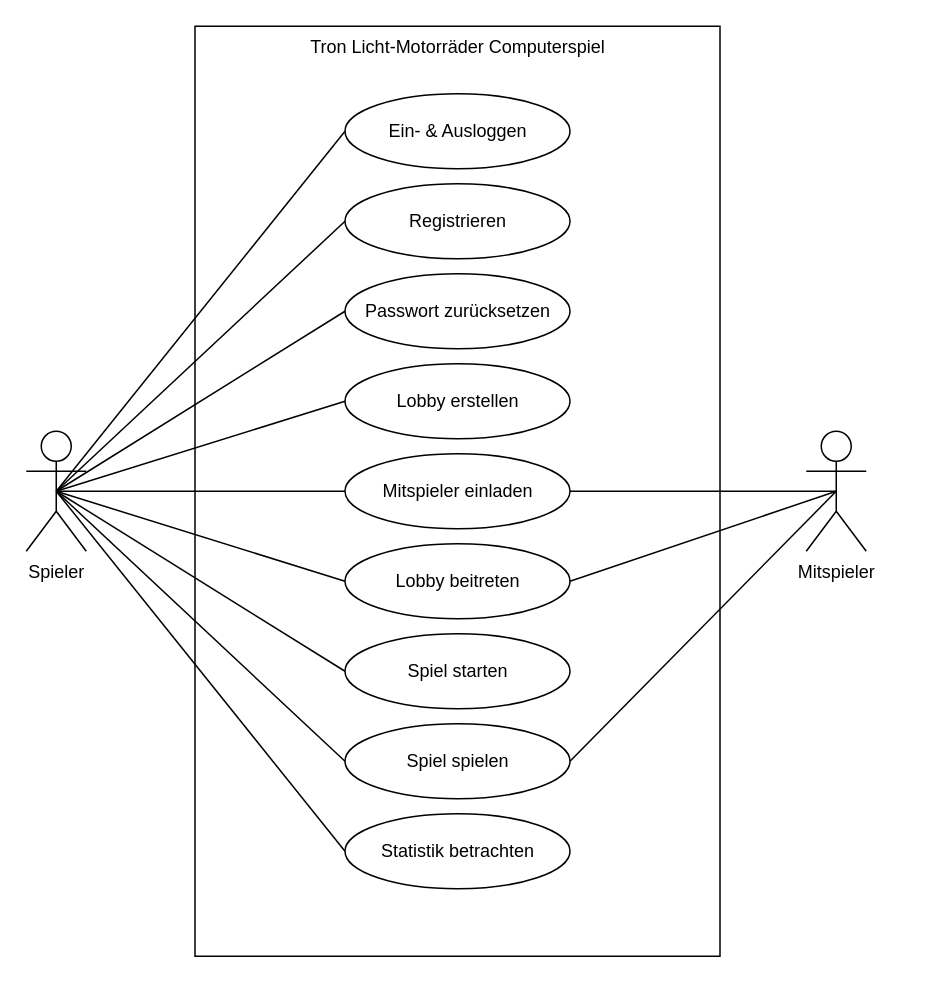
22phuber/tron-light-cycles keeps this draw.io diagram as documents/solution-architecture/figures/Use-case-modell.drawio. Above is the earlier version. Source tidied: cells renumbered, new cells numbered last; positions are measured from the earlier drawing's top-left corner, leaving out a move shared by most shapes. Both pictures are drawn from the tidied source at 150%, with x=0, y=0 at pixel (26, 26).
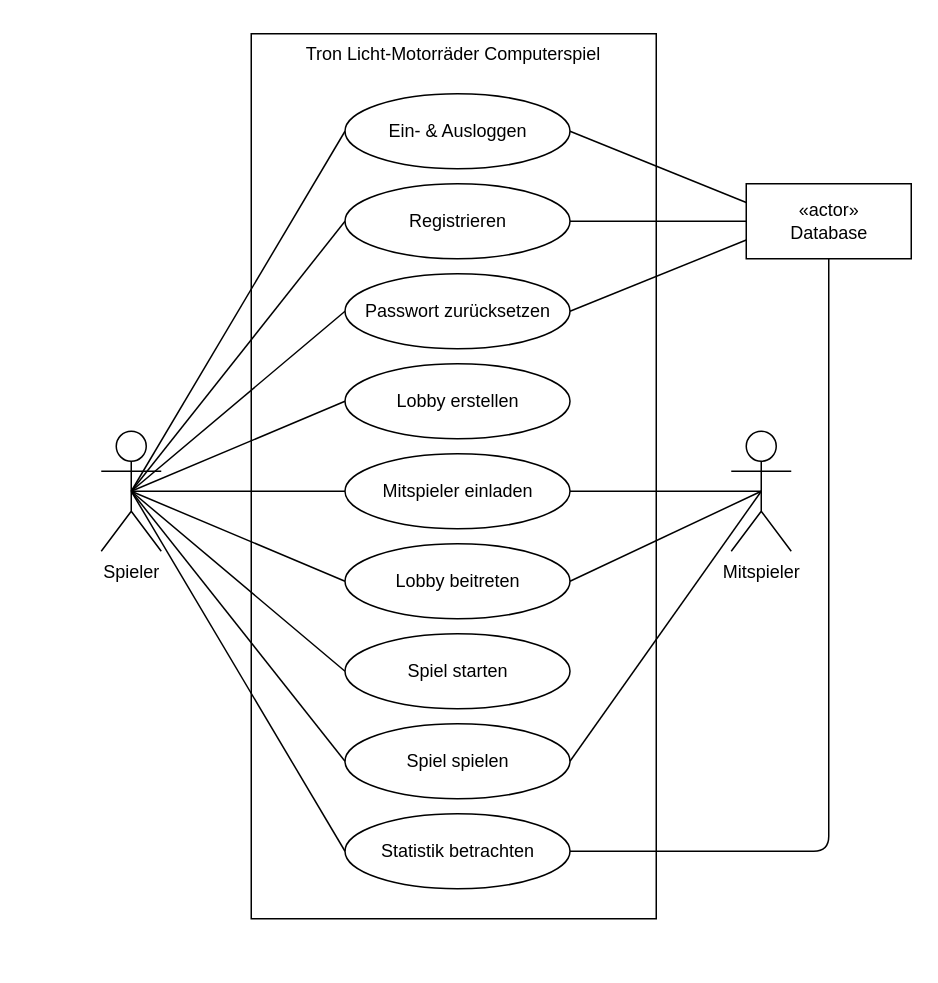
Above is the later version.

Commit message (it also covers changes not shown here):
Redrawed use-case-model-diagram

The change refers to these unchanged cells:
```xml
<mxCell id="4" value="Ein- &amp;amp; Ausloggen" style="ellipse;whiteSpace=wrap;html=1;" parent="1" vertex="1">
  <mxGeometry x="212.5" y="45" width="150" height="50" as="geometry" />
</mxCell>
<mxCell id="5" value="Registrieren" style="ellipse;whiteSpace=wrap;html=1;" parent="1" vertex="1">
  <mxGeometry x="212.5" y="105" width="150" height="50" as="geometry" />
</mxCell>
<mxCell id="6" value="Passwort zurücksetzen" style="ellipse;whiteSpace=wrap;html=1;" parent="1" vertex="1">
  <mxGeometry x="212.5" y="165" width="150" height="50" as="geometry" />
</mxCell>
<mxCell id="12" value="Statistik betrachten" style="ellipse;whiteSpace=wrap;html=1;" parent="1" vertex="1">
  <mxGeometry x="212.5" y="525" width="150" height="50" as="geometry" />
</mxCell>
```

What changed in the source:
```diff
@@
     <mxCell id="2" value="Spieler" style="shape=umlActor;verticalLabelPosition=bottom;labelBackgroundColor=#ffffff;verticalAlign=top;html=1;" parent="1" vertex="1">
-      <mxGeometry y="270" width="40" height="80" as="geometry" />
+      <mxGeometry x="50" y="270" width="40" height="80" as="geometry" />
     </mxCell>
     <mxCell id="3" value="Tron Licht-Motorräder Computerspiel" style="whiteSpace=wrap;html=1;verticalAlign=top;" parent="1" vertex="1">
-      <mxGeometry x="112.5" width="350" height="620" as="geometry" />
+      <mxGeometry x="150" y="5" width="270" height="590" as="geometry" />
     </mxCell>
@@
     <mxCell id="10" value="Mitspieler" style="shape=umlActor;verticalLabelPosition=bottom;labelBackgroundColor=#ffffff;verticalAlign=top;html=1;" parent="1" vertex="1">
-      <mxGeometry x="520" y="270" width="40" height="80" as="geometry" />
+      <mxGeometry x="470" y="270" width="40" height="80" as="geometry" />
     </mxCell>
@@
+    <mxCell id="26" value="«actor»&lt;br&gt;Database" style="html=1;" parent="1" vertex="1">
+      <mxGeometry x="480" y="105" width="110" height="50" as="geometry" />
+    </mxCell>
+    <mxCell id="27" style="endArrow=none;html=1;entryX=0;entryY=0.25;entryDx=0;entryDy=0;exitX=1;exitY=0.5;exitDx=0;exitDy=0;" parent="1" edge="1" source="4" target="26">
+      <mxGeometry relative="1" as="geometry" />
+    </mxCell>
+    <mxCell id="28" style="endArrow=none;html=1;exitX=1;exitY=0.5;exitDx=0;exitDy=0;entryX=0;entryY=0.5;entryDx=0;entryDy=0;" parent="1" edge="1" source="5" target="26">
+      <mxGeometry relative="1" as="geometry" />
+    </mxCell>
+    <mxCell id="29" style="endArrow=none;html=1;exitX=1;exitY=0.5;exitDx=0;exitDy=0;entryX=0;entryY=0.75;entryDx=0;entryDy=0;" parent="1" edge="1" source="6" target="26">
+      <mxGeometry relative="1" as="geometry" />
+    </mxCell>
+    <mxCell id="30" style="endArrow=none;html=1;exitX=1;exitY=0.5;exitDx=0;exitDy=0;entryX=0.5;entryY=1;entryDx=0;entryDy=0;" parent="1" edge="1" source="12" target="26">
+      <mxGeometry relative="1" as="geometry">
+        <Array as="points">
+          <mxPoint x="535" y="550" />
+        </Array>
+      </mxGeometry>
+    </mxCell>
```
